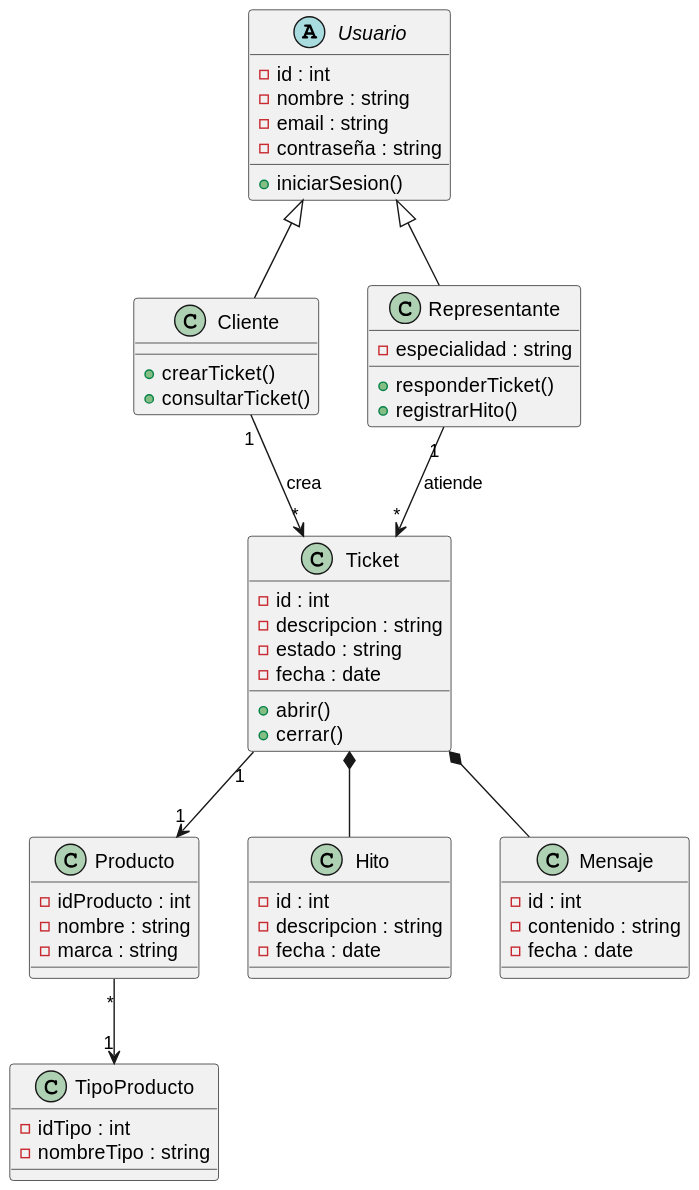
This is tp_integrador_hito4/diagrama_clases_4.svg from PMAC80/Estructuras-III, a PlantUML export, as it was before one commit. The source it was exported from:
```plantuml
@startuml
abstract class Usuario {
    - id : int
    - nombre : string
    - email : string
    - contraseña : string
    + iniciarSesion()
}

class Cliente {
    + crearTicket()
    + consultarTicket()
}

class Representante {
    - especialidad : string
    + responderTicket()
    + registrarHito()
}

class Ticket {
    - id : int
    - descripcion : string
    - estado : string
    - fecha : date
    + abrir()
    + cerrar()
}

class Producto {
    - idProducto : int
    - nombre : string
    - marca : string
}

class TipoProducto {
    - idTipo : int
    - nombreTipo : string
}

class Hito {
    - id : int
    - descripcion : string
    - fecha : date
}

class Mensaje {
    - id : int
    - contenido : string
    - fecha : date
}

Usuario <|-- Cliente
Usuario <|-- Representante

Cliente "1" --> "*" Ticket : crea
Representante "1" --> "*" Ticket : atiende

Ticket "1" --> "1" Producto
Producto "*" --> "1" TipoProducto

Ticket *-- Hito
Ticket *-- Mensaje
@enduml
```
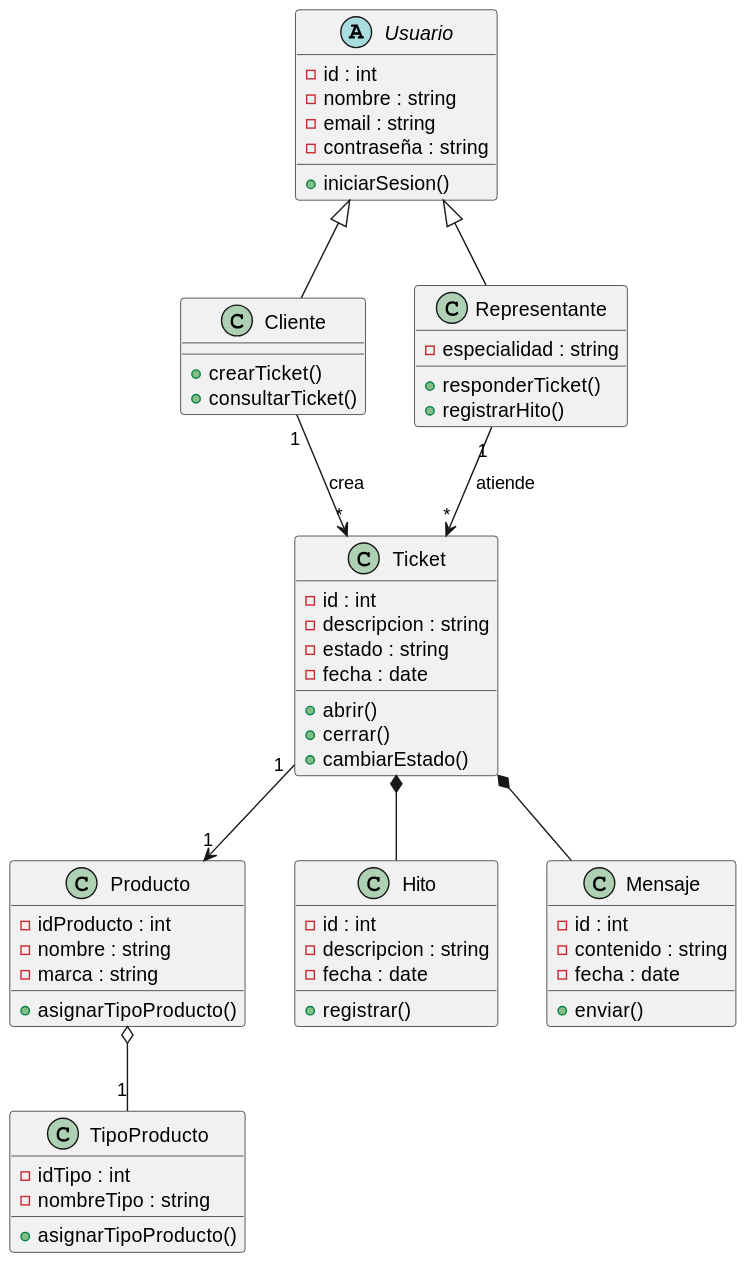
Later version of the same file.

The edit, as a diff of the source:
```diff
@@ -25,29 +25,34 @@
     - fecha : date
     + abrir()
     + cerrar()
+    + cambiarEstado()
 }
 
 class Producto {
     - idProducto : int
     - nombre : string
     - marca : string
+    + asignarTipoProducto()
 }
 
 class TipoProducto {
     - idTipo : int
     - nombreTipo : string
+    + asignarTipoProducto()
 }
 
 class Hito {
     - id : int
     - descripcion : string
     - fecha : date
+    + registrar()
 }
 
 class Mensaje {
     - id : int
     - contenido : string
     - fecha : date
+    + enviar()
 }
 
 Usuario <|-- Cliente
@@ -57,7 +62,7 @@
 Representante "1" --> "*" Ticket : atiende
 
 Ticket "1" --> "1" Producto
-Producto "*" --> "1" TipoProducto
+Producto o-- "1" TipoProducto
 
 Ticket *-- Hito
 Ticket *-- Mensaje
```
